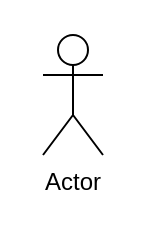
Above: usecase.drawio in Orim12/diagroms-from-draw.io (draw.io), before the change. Source tidied: cells renumbered, new cells numbered last; positions are measured from the earlier drawing's top-left corner, leaving out a move shared by most shapes. Both pictures are drawn from the tidied source at 200%, with x=0, y=0 at pixel (42, 34).
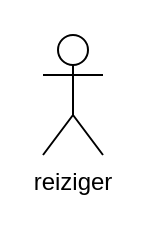
After the change.

What changed in the source:
```diff
@@
 <mxGraphModel>
   <root>
     <mxCell id="0" />
     <mxCell id="1" parent="0" />
-    <mxCell id="2" value="Actor" style="shape=umlActor;verticalLabelPosition=bottom;verticalAlign=top;html=1;" parent="1" vertex="1">
+    <mxCell id="2" value="&lt;div&gt;reiziger&lt;/div&gt;" style="shape=umlActor;verticalLabelPosition=bottom;verticalAlign=top;html=1;labelPosition=center;align=center;" parent="1" vertex="1">
       <mxGeometry width="30" height="60" as="geometry" />
     </mxCell>
   </root>
 </mxGraphModel>
```
